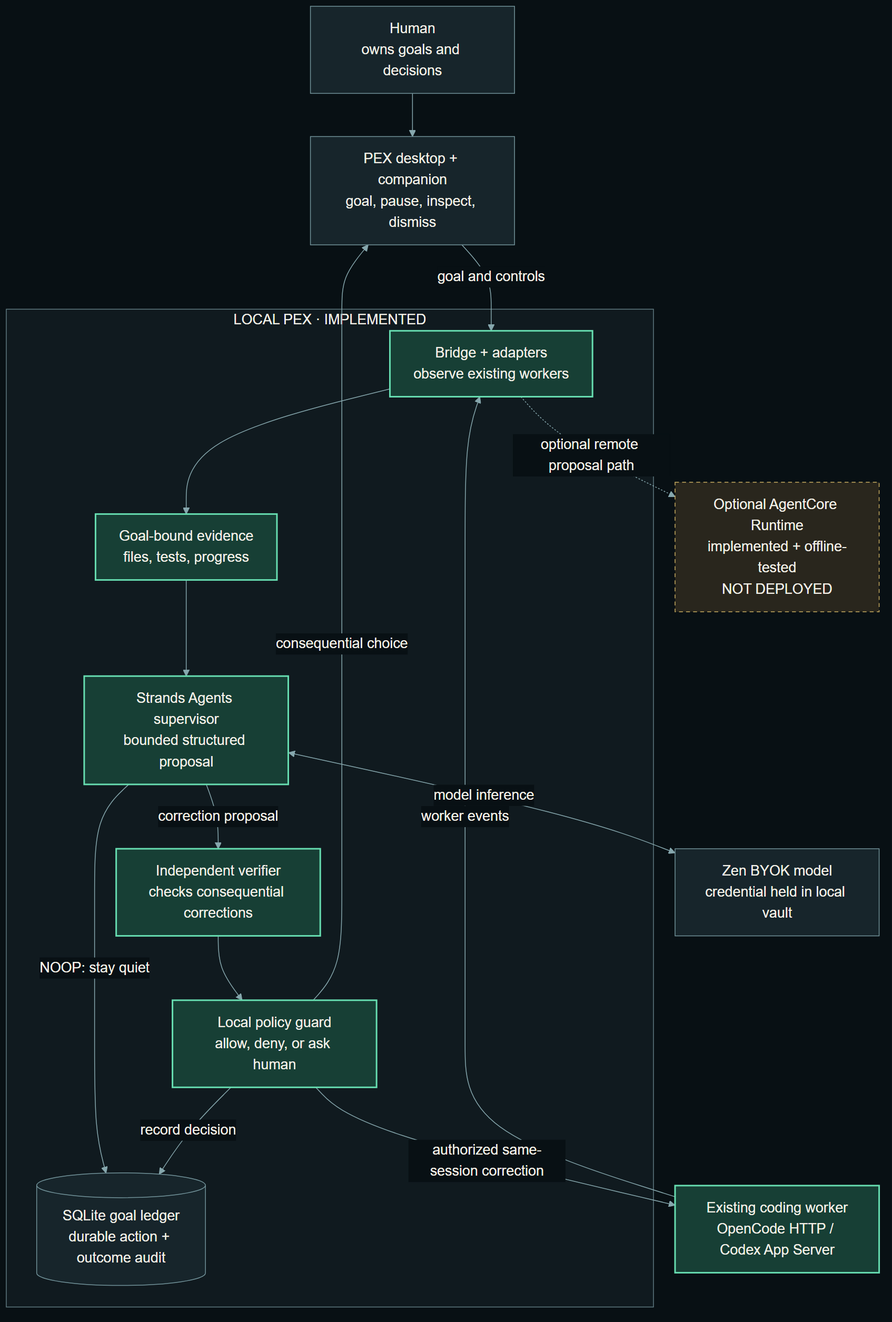
The Mermaid diagram docs/architecture/pex-architecture.png in josepha-mayo/pex, before a commit. Its source is kept beside it as docs/architecture/pex-architecture.mmd.
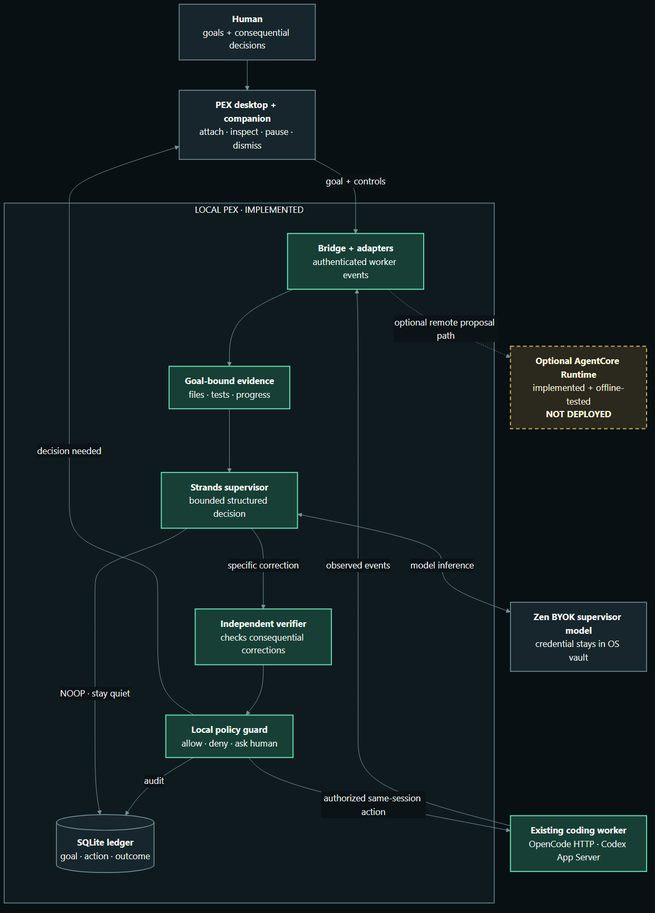
The same file after the commit.

Commit message:
docs: sharpen judge-facing architecture diagram

Change to the diagram source:
```diff
@@ -1,37 +1,45 @@
-%%{init: {"theme":"base","themeVariables":{"fontFamily":"Arial","fontSize":"18px","primaryTextColor":"#f4f1e8","lineColor":"#86a7ad","clusterBkg":"#132126","clusterBorder":"#486067","edgeLabelBackground":"#081014"},"flowchart":{"curve":"basis","nodeSpacing":35,"rankSpacing":55}}}%%
+%%{init: {"theme":"base","themeVariables":{"fontFamily":"Inter, Segoe UI, Arial","fontSize":"17px","primaryTextColor":"#f4f7f5","lineColor":"#73939a","edgeLabelBackground":"#0b1317","clusterBkg":"#111d22","clusterBorder":"#385158"},"flowchart":{"curve":"basis","nodeSpacing":42,"rankSpacing":58,"htmlLabels":true}}}%%
 flowchart TB
-  human[Human<br/>owns goals and decisions]
-  ui[PEX desktop + companion<br/>goal, pause, inspect, dismiss]
+  human["<b>Human</b><br/>goals + consequential decisions"]
+  ui["<b>PEX desktop + companion</b><br/>attach · inspect · pause · dismiss"]
 
-  subgraph local[LOCAL PEX · IMPLEMENTED]
+  subgraph local["LOCAL PEX · IMPLEMENTED"]
     direction TB
-    bridge[Bridge + adapters<br/>observe existing workers]
-    evidence[Goal-bound evidence<br/>files, tests, progress]
-    strands[Strands Agents supervisor<br/>bounded structured proposal]
-    verifier[Independent verifier<br/>checks consequential corrections]
-    policy[Local policy guard<br/>allow, deny, or ask human]
-    ledger[(SQLite goal ledger<br/>durable action + outcome audit)]
-    bridge --> evidence --> strands
-    strands -->|correction proposal| verifier --> policy
-    strands -->|NOOP: stay quiet| ledger
-    policy -->|record decision| ledger
+    subgraph observe[" "]
+      direction LR
+      bridge["<b>Bridge + adapters</b><br/>authenticated worker events"]
+      evidence["<b>Goal-bound evidence</b><br/>files · tests · progress"]
+      strands["<b>Strands supervisor</b><br/>bounded structured decision"]
+      bridge --> evidence --> strands
+    end
+    subgraph act[" "]
+      direction RL
+      verifier["<b>Independent verifier</b><br/>checks consequential corrections"]
+      policy["<b>Local policy guard</b><br/>allow · deny · ask human"]
+      audit[("<b>SQLite ledger</b><br/>goal · action · outcome")]
+      verifier --> policy -->|audit| audit
+    end
+    strands -->|specific correction| verifier
+    strands -->|NOOP · stay quiet| audit
   end
 
-  worker[Existing coding worker<br/>OpenCode HTTP / Codex App Server]
-  zen[Zen BYOK model<br/>credential held in local vault]
-  cloud[Optional AgentCore Runtime<br/>implemented + offline-tested<br/>NOT DEPLOYED]
+  worker["<b>Existing coding worker</b><br/>OpenCode HTTP · Codex App Server"]
+  zen["<b>Zen BYOK supervisor model</b><br/>credential stays in OS vault"]
+  cloud["<b>Optional AgentCore Runtime</b><br/>implemented + offline-tested<br/><b>NOT DEPLOYED</b>"]
 
-  human --> ui -->|goal and controls| bridge
-  worker -->|worker events| bridge
-  policy -->|authorized same-session correction| worker
-  policy -->|consequential choice| ui
+  human --> ui -->|goal + controls| bridge
+  worker -->|observed events| bridge
+  policy -->|authorized same-session action| worker
+  policy -->|decision needed| ui
   strands <-->|model inference| zen
   bridge -.->|optional remote proposal path| cloud
 
-  classDef live fill:#173f35,stroke:#67deb1,color:#f4f1e8,stroke-width:2px;
-  classDef normal fill:#17252b,stroke:#72939a,color:#f4f1e8;
-  classDef optional fill:#29261d,stroke:#c9ad61,color:#f4f1e8,stroke-dasharray:5 4;
-  class bridge,evidence,strands,verifier,policy,worker live;
-  class human,ui,ledger,zen normal;
+  classDef core fill:#173f35,stroke:#63ddb0,color:#f4f7f5,stroke-width:2px;
+  classDef surface fill:#17262c,stroke:#7899a0,color:#f4f7f5,stroke-width:1.5px;
+  classDef optional fill:#2b281d,stroke:#d0ae54,color:#fff8df,stroke-width:2px,stroke-dasharray:7 5;
+  class bridge,evidence,strands,verifier,policy,worker core;
+  class human,ui,audit,zen surface;
   class cloud optional;
-  style local fill:#101a1f,stroke:#617b82,color:#f4f1e8
+  style local fill:#0f1a1f,stroke:#527078,color:#f4f7f5,stroke-width:2px
+  style observe fill:transparent,stroke:transparent
+  style act fill:transparent,stroke:transparent
```
